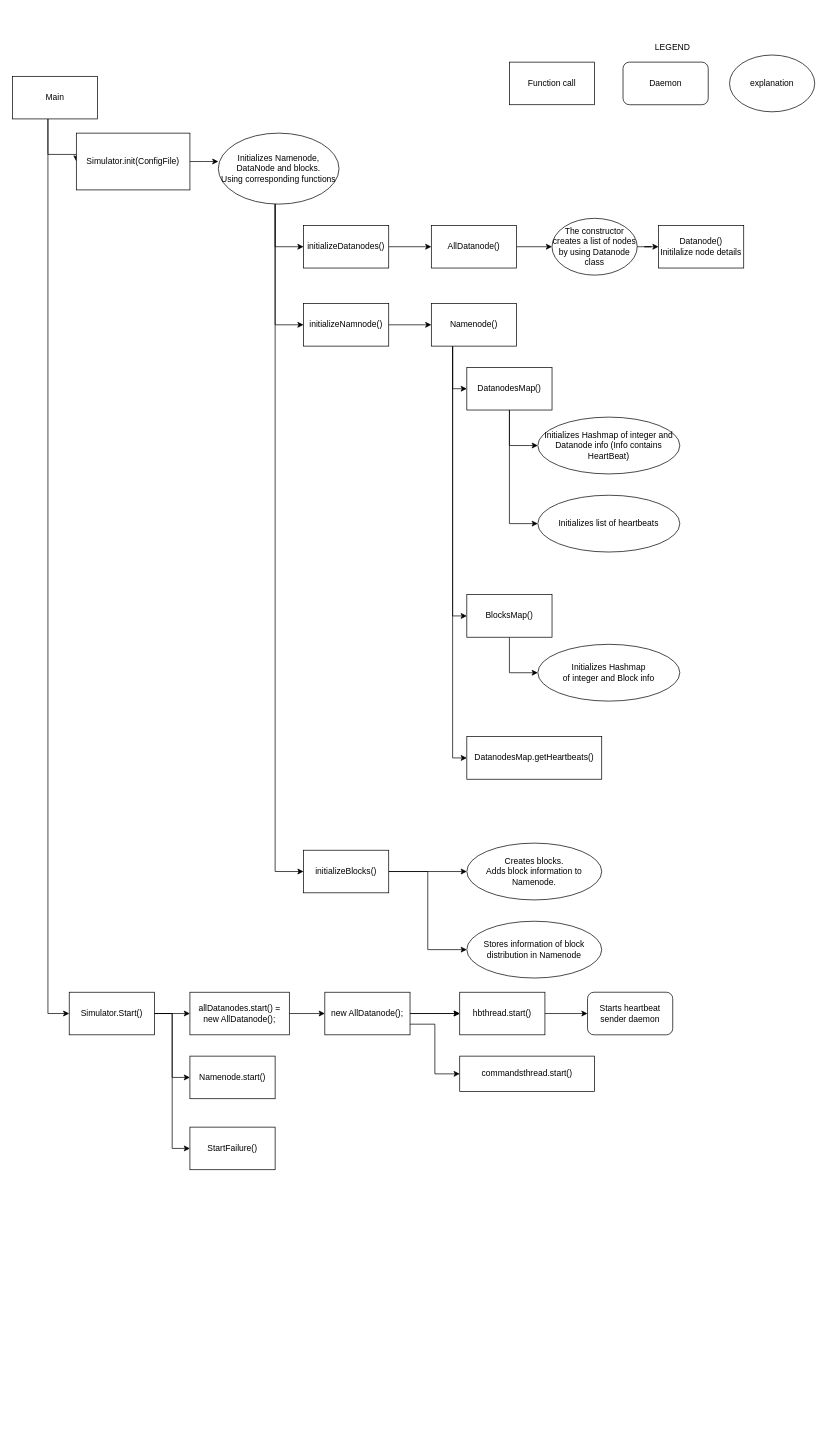
Before: HDFS-Diagram.drawio in Gituser143/HDFS-Sim, a draw.io diagram. Source tidied: cells renumbered, new cells numbered last; positions are measured from the earlier drawing's top-left corner, leaving out a move shared by most shapes. Both pictures are drawn from the tidied source at 71%, with x=0, y=0 at pixel (12, 12).
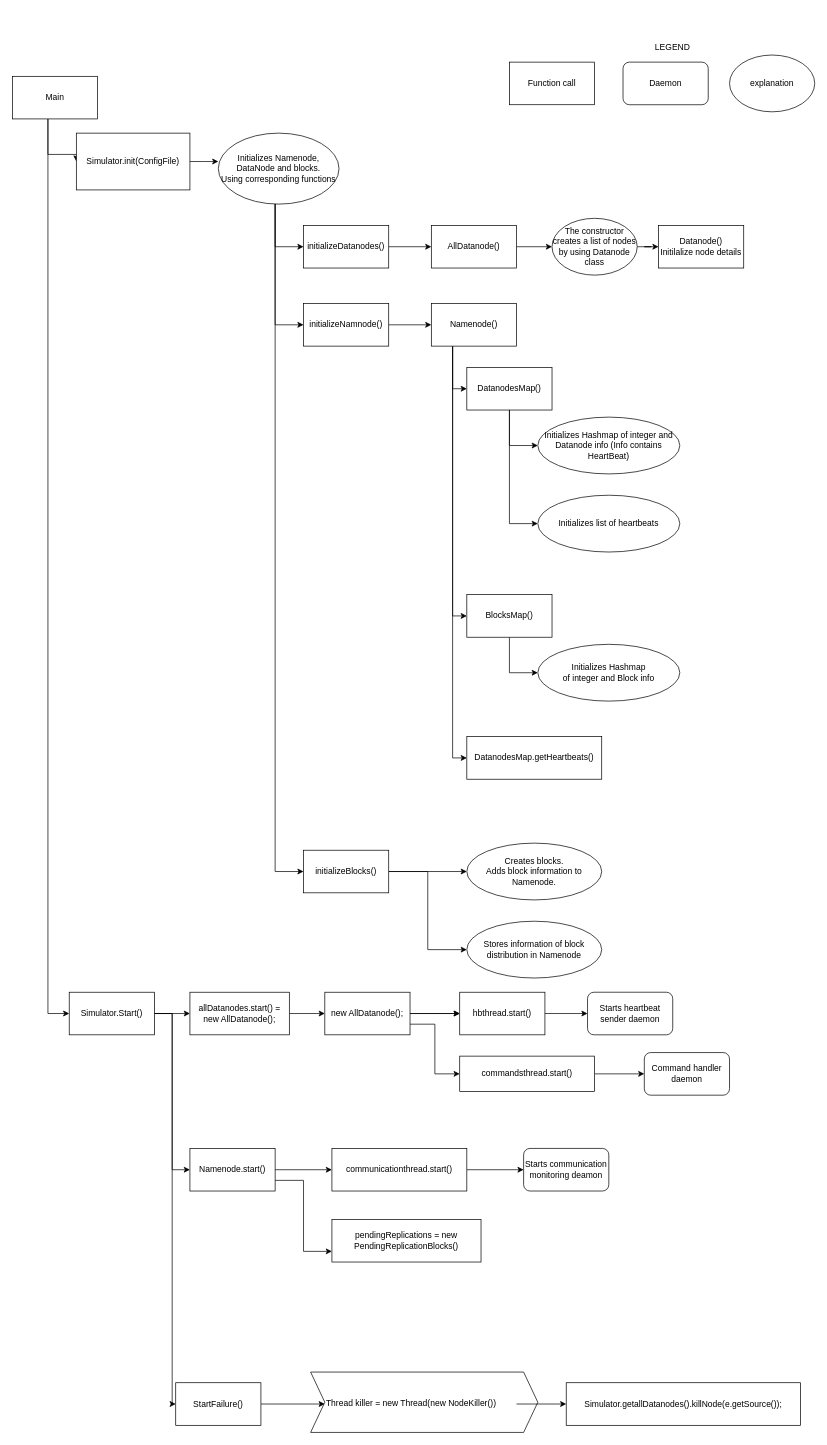
Above is the later version.

Unchanged cells that the change refers to:
```xml
<mxCell id="8" value="Simulator.Start()" style="rounded=0;whiteSpace=wrap;html=1;" parent="1" vertex="1">
  <mxGeometry x="80" y="1380" width="120" height="60" as="geometry" />
</mxCell>
<mxCell id="52" value="commandsthread.start()" style="rounded=0;whiteSpace=wrap;html=1;" parent="1" vertex="1">
  <mxGeometry x="630" y="1470" width="190" height="50" as="geometry" />
</mxCell>
```

Diff of the diagram source:
```diff
@@
     <mxCell id="6" style="edgeStyle=orthogonalEdgeStyle;rounded=0;jettySize=auto;html=1;entryX=0;entryY=0.5;entryDx=0;entryDy=0;" parent="1" edge="1" source="8" target="12">
       <mxGeometry relative="1" as="geometry">
         <Array as="points">
           <mxPoint x="225" y="1410" />
-          <mxPoint x="225" y="1600" />
+          <mxPoint x="225" y="1960" />
         </Array>
       </mxGeometry>
     </mxCell>
@@
+    <mxCell id="58" style="edgeStyle=orthogonalEdgeStyle;rounded=0;jettySize=auto;html=1;entryX=0;entryY=0.5;entryDx=0;entryDy=0;" parent="1" edge="1" source="11" target="64">
+      <mxGeometry relative="1" as="geometry" />
+    </mxCell>
+    <mxCell id="59" style="edgeStyle=orthogonalEdgeStyle;rounded=0;jettySize=auto;html=1;exitX=1;exitY=0.75;exitDx=0;exitDy=0;entryX=0;entryY=0.75;entryDx=0;entryDy=0;" parent="1" edge="1" source="11" target="66">
+      <mxGeometry relative="1" as="geometry" />
+    </mxCell>
     <mxCell id="11" value="Namenode.start()" style="rounded=0;whiteSpace=wrap;html=1;" parent="1" vertex="1">
-      <mxGeometry x="250" y="1470" width="120" height="60" as="geometry" />
+      <mxGeometry x="250" y="1600" width="120" height="60" as="geometry" />
     </mxCell>
+    <mxCell id="60" style="edgeStyle=orthogonalEdgeStyle;rounded=0;jettySize=auto;html=1;exitX=1;exitY=0.5;exitDx=0;exitDy=0;" parent="1" edge="1" source="12" target="69">
+      <mxGeometry relative="1" as="geometry" />
+    </mxCell>
     <mxCell id="12" value="StartFailure()" style="rounded=0;whiteSpace=wrap;html=1;" parent="1" vertex="1">
-      <mxGeometry x="250" y="1570" width="120" height="60" as="geometry" />
+      <mxGeometry x="230" y="1930" width="120" height="60" as="geometry" />
     </mxCell>
@@
+    <mxCell id="61" style="edgeStyle=orthogonalEdgeStyle;rounded=0;jettySize=auto;html=1;" parent="1" edge="1" source="52" target="62">
+      <mxGeometry relative="1" as="geometry" />
+    </mxCell>
@@
+    <mxCell id="62" value="Command handler daemon" style="rounded=1;whiteSpace=wrap;html=1;" parent="1" vertex="1">
+      <mxGeometry x="890" y="1465" width="120" height="60" as="geometry" />
+    </mxCell>
+    <mxCell id="63" style="edgeStyle=orthogonalEdgeStyle;rounded=0;jettySize=auto;html=1;" parent="1" edge="1" source="64" target="65">
+      <mxGeometry relative="1" as="geometry" />
+    </mxCell>
+    <mxCell id="64" value="communicationthread.start()" style="rounded=0;whiteSpace=wrap;html=1;" parent="1" vertex="1">
+      <mxGeometry x="450" y="1600" width="190" height="60" as="geometry" />
+    </mxCell>
+    <mxCell id="65" value="Starts communication monitoring deamon" style="rounded=1;whiteSpace=wrap;html=1;" parent="1" vertex="1">
+      <mxGeometry x="720" y="1600" width="120" height="60" as="geometry" />
+    </mxCell>
+    <mxCell id="66" value="pendingReplications = new PendingReplicationBlocks()" style="rounded=0;whiteSpace=wrap;html=1;" parent="1" vertex="1">
+      <mxGeometry x="450" y="1700" width="210" height="60" as="geometry" />
+    </mxCell>
+    <mxCell id="67" style="shape=step;perimeter=stepPerimeter;whiteSpace=wrap;html=1;fixedSize=1;" parent="1" vertex="1">
+      <mxGeometry x="420" y="1915" width="320" height="85" as="geometry" />
+    </mxCell>
+    <mxCell id="68" style="edgeStyle=orthogonalEdgeStyle;rounded=0;jettySize=auto;html=1;" parent="1" edge="1" source="69" target="70">
+      <mxGeometry relative="1" as="geometry" />
+    </mxCell>
+    <mxCell id="69" value="Thread killer = new Thread(new NodeKiller())" style="text;html=1;" parent="1" vertex="1">
+      <mxGeometry x="440" y="1945" width="270" height="30" as="geometry" />
+    </mxCell>
+    <mxCell id="70" value="Simulator.getallDatanodes().killNode(e.getSource());" style="rounded=0;whiteSpace=wrap;html=1;" parent="1" vertex="1">
+      <mxGeometry x="780" y="1930" width="330" height="60" as="geometry" />
+    </mxCell>
```
